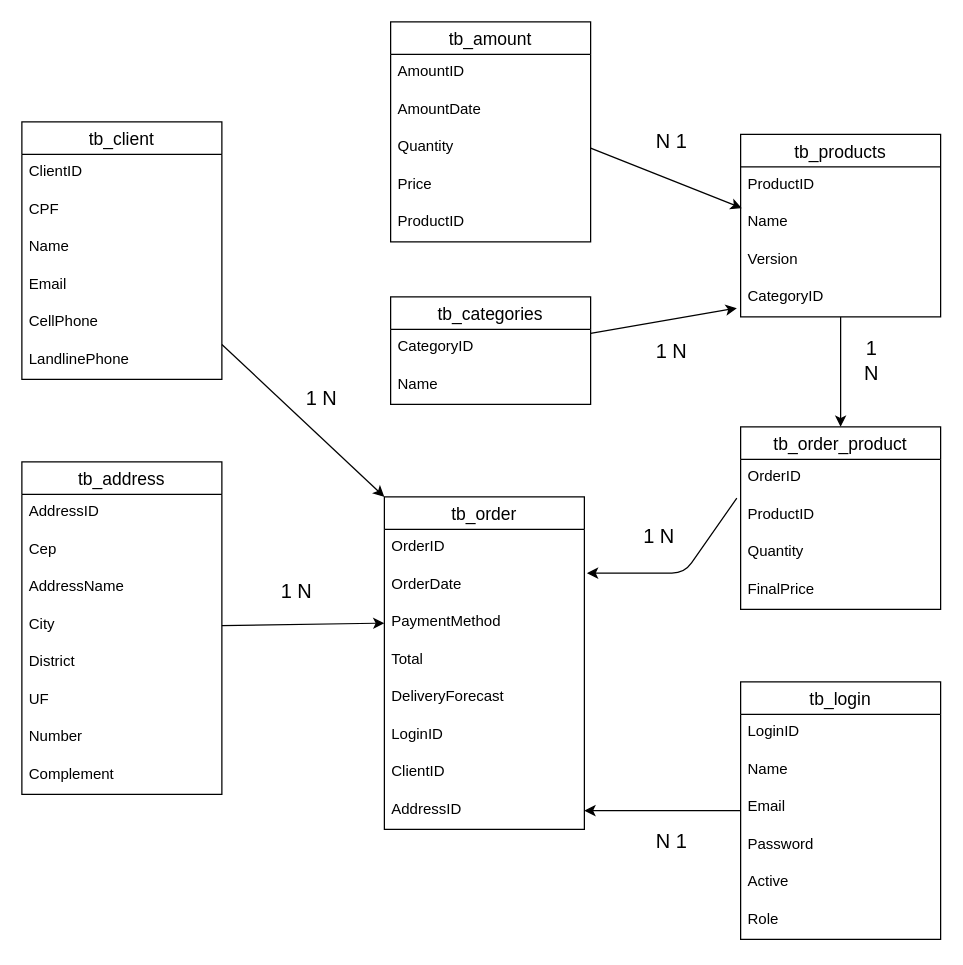
The draw.io diagram Doc/DB/BD.Drawio in JoaopedroSassi/GoldCS-BackEnd, before the edit. Source tidied: cells renumbered, new cells numbered last; positions are measured from the earlier drawing's top-left corner, leaving out a move shared by most shapes. Both pictures are drawn from the tidied source at 125%, with x=0, y=0 at pixel (21, 21).
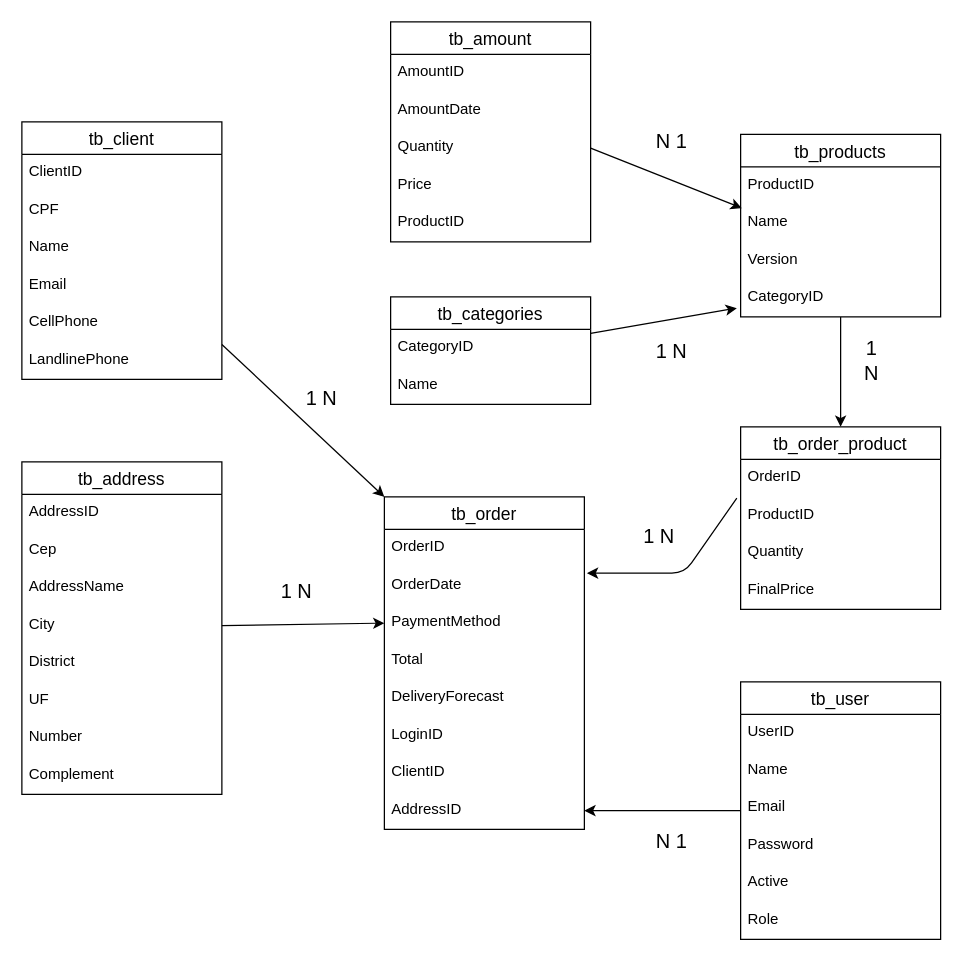
After the change.

Commit message:
Updt modelagem - Login to User

Diff of the diagram source:
```diff
@@
-    <mxCell id="54" value="tb_login" style="swimlane;fontStyle=0;horizontal=1;startSize=26;align=center;fontSize=14;" parent="1" vertex="1">
+    <mxCell id="54" value="tb_user" style="swimlane;fontStyle=0;horizontal=1;startSize=26;align=center;fontSize=14;" parent="1" vertex="1">
       <mxGeometry x="575" y="528" width="160" height="206" as="geometry" />
     </mxCell>
-    <mxCell id="55" value="LoginID" style="text;strokeColor=none;fillColor=none;spacingLeft=4;spacingRight=4;overflow=hidden;fontSize=12;" parent="54" vertex="1">
+    <mxCell id="55" value="UserID" style="text;strokeColor=none;fillColor=none;spacingLeft=4;spacingRight=4;overflow=hidden;fontSize=12;" parent="54" vertex="1">
       <mxGeometry y="26" width="160" height="30" as="geometry" />
     </mxCell>
```
